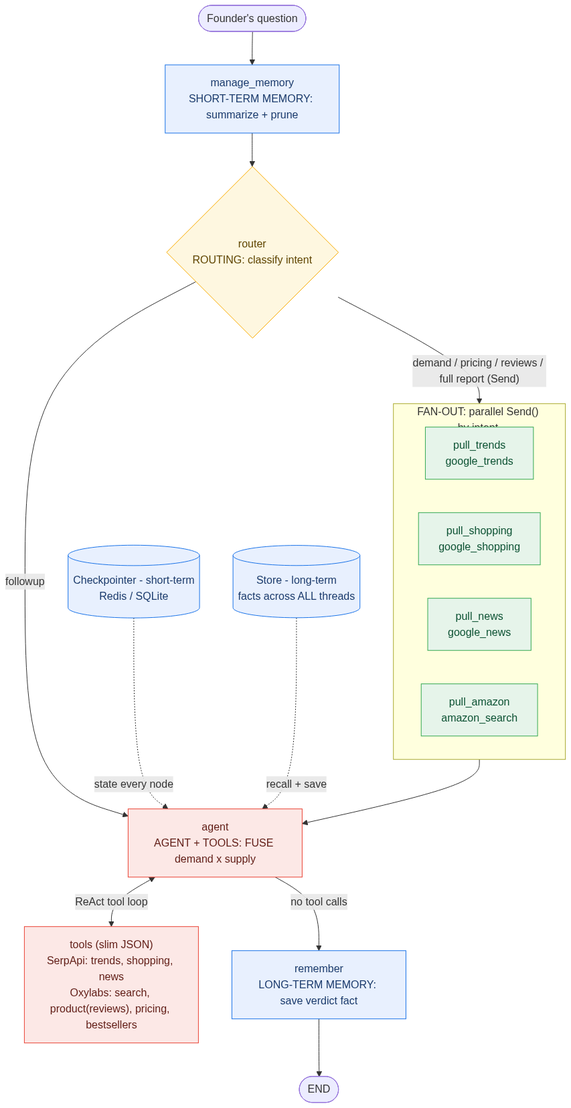
The Mermaid diagram assets/graph_styled.png in Shivanilarokar/Launch_lens_Langgraph-Agent, before a commit. Its source is kept beside it as assets/graph_styled.mmd.
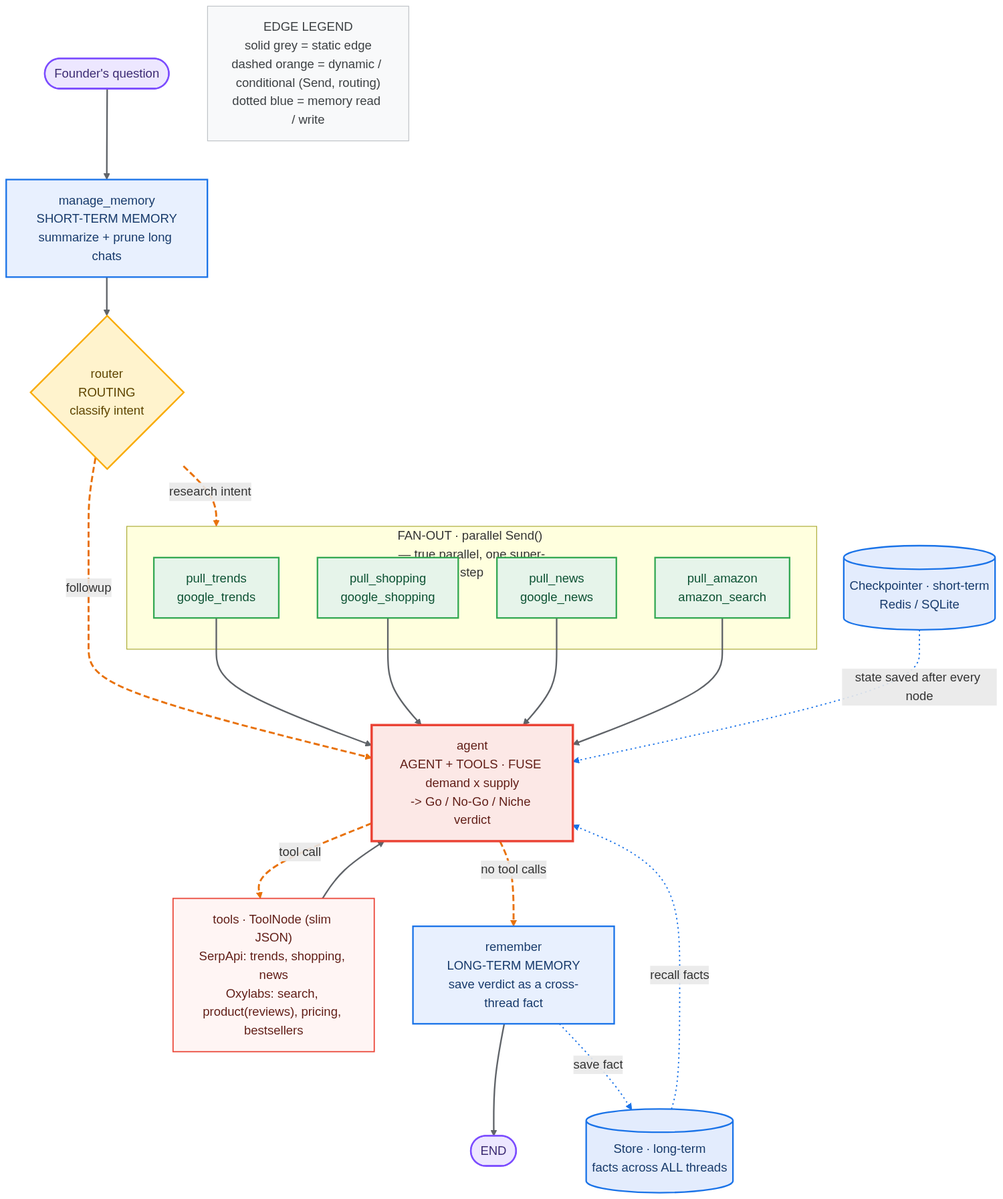
After the commit.

Commit message:
Improve styled architecture diagram: edge styling + clear parallel fan-out

- distinct edge styles via linkStyle: solid grey = static edges, dashed orange =
  dynamic/conditional (Send fan-out, routing), dotted blue = memory read/write
- FAN-OUT box shows all 4 parallel branch nodes side by side (true parallel)
- edge legend, concept-coloured boxes, DB cylinders for checkpointer + Store

Diff of the diagram source:
```diff
@@ -1,24 +1,48 @@
 flowchart TD
-    U([Founder's question]) --> MM
-    MM["manage_memory<br/>SHORT-TERM MEMORY: summarize + prune"]:::mem --> R
-    R{"router<br/>ROUTING: classify intent"}:::route
-    R -->|followup| AG
-    R -->|"demand / pricing / reviews / full report (Send)"| FO
-    subgraph FO["FAN-OUT: parallel Send() by intent (RESEARCH_PLAN)"]
-      direction LR
-      WT["pull_trends<br/>google_trends"]:::fan
-      WS["pull_shopping<br/>google_shopping"]:::fan
-      WN["pull_news<br/>google_news"]:::fan
-      WA["pull_amazon<br/>amazon_search"]:::fan
-    end
-    FO --> AG
-    AG["agent<br/>AGENT + TOOLS: FUSE demand x supply"]:::agent
-    AG <-->|ReAct tool loop| TL["tools (slim JSON)<br/>SerpApi: trends, shopping, news<br/>Oxylabs: search, product(reviews), pricing, bestsellers"]:::agent
-    AG -->|no tool calls| RM["remember<br/>LONG-TERM MEMORY: save verdict fact"]:::mem
-    RM --> E([END])
-    CP[("Checkpointer - short-term<br/>Redis / SQLite")]:::mem -.->|state every node| AG
-    ST[("Store - long-term<br/>facts across ALL threads")]:::mem -.->|recall + save| AG
-    classDef mem fill:#e8f0fe,stroke:#1a73e8,color:#1a3a6b;
-    classDef route fill:#fef7e0,stroke:#f9ab00,color:#5f4500;
-    classDef fan fill:#e6f4ea,stroke:#34a853,color:#0b5132;
-    classDef agent fill:#fce8e6,stroke:#ea4335,color:#5f1b14;
+  U([Founder's question]):::se
+  MM["manage_memory<br/>SHORT-TERM MEMORY<br/>summarize + prune long chats"]:::mem
+  R{"router<br/>ROUTING<br/>classify intent"}:::route
+  AG["agent<br/>AGENT + TOOLS &middot; FUSE demand x supply<br/>-&gt; Go / No-Go / Niche verdict"]:::agent
+  TL["tools &middot; ToolNode (slim JSON)<br/>SerpApi: trends, shopping, news<br/>Oxylabs: search, product(reviews), pricing, bestsellers"]:::tools
+  RM["remember<br/>LONG-TERM MEMORY<br/>save verdict as a cross-thread fact"]:::mem
+  E([END]):::se
+  CP[("Checkpointer &middot; short-term<br/>Redis / SQLite")]:::db
+  ST[("Store &middot; long-term<br/>facts across ALL threads")]:::db
+  LEG["EDGE LEGEND<br/>solid grey = static edge<br/>dashed orange = dynamic / conditional (Send, routing)<br/>dotted blue = memory read / write"]:::legend
+
+  subgraph FO["FAN-OUT &middot; parallel Send() &mdash; true parallel, one super-step"]
+    direction LR
+    WT["pull_trends<br/>google_trends"]:::fan
+    WS["pull_shopping<br/>google_shopping"]:::fan
+    WN["pull_news<br/>google_news"]:::fan
+    WA["pull_amazon<br/>amazon_search"]:::fan
+  end
+
+  U --> MM
+  MM --> R
+  R -.->|research intent| FO
+  R -.->|followup| AG
+  WT --> AG
+  WS --> AG
+  WN --> AG
+  WA --> AG
+  AG -.->|tool call| TL
+  TL --> AG
+  AG -.->|no tool calls| RM
+  RM --> E
+  CP -.->|state saved after every node| AG
+  ST -.->|recall facts| AG
+  RM -.->|save fact| ST
+
+  linkStyle 0,1,4,5,6,7,9,11 stroke:#5f6368,stroke-width:2px
+  linkStyle 2,3,8,10 stroke:#e8710a,stroke-width:2.5px,stroke-dasharray:8 4
+  linkStyle 12,13,14 stroke:#1a73e8,stroke-width:1.6px,stroke-dasharray:2 4
+
+  classDef se fill:#ede7ff,stroke:#7c4dff,color:#3b2a72,stroke-width:2px;
+  classDef mem fill:#e8f0fe,stroke:#1a73e8,color:#173a6b,stroke-width:2px;
+  classDef route fill:#fff3cd,stroke:#f9ab00,color:#5f4500,stroke-width:2px;
+  classDef fan fill:#e6f4ea,stroke:#34a853,color:#0b5132,stroke-width:2px;
+  classDef agent fill:#fce8e6,stroke:#ea4335,color:#5f1b14,stroke-width:3px;
+  classDef tools fill:#fff5f4,stroke:#ea4335,color:#5f1b14,stroke-width:1.5px;
+  classDef db fill:#e3ecfd,stroke:#1a73e8,color:#173a6b,stroke-width:2px;
+  classDef legend fill:#f8f9fa,stroke:#bdc1c6,color:#3c4043,stroke-width:1px;
```
